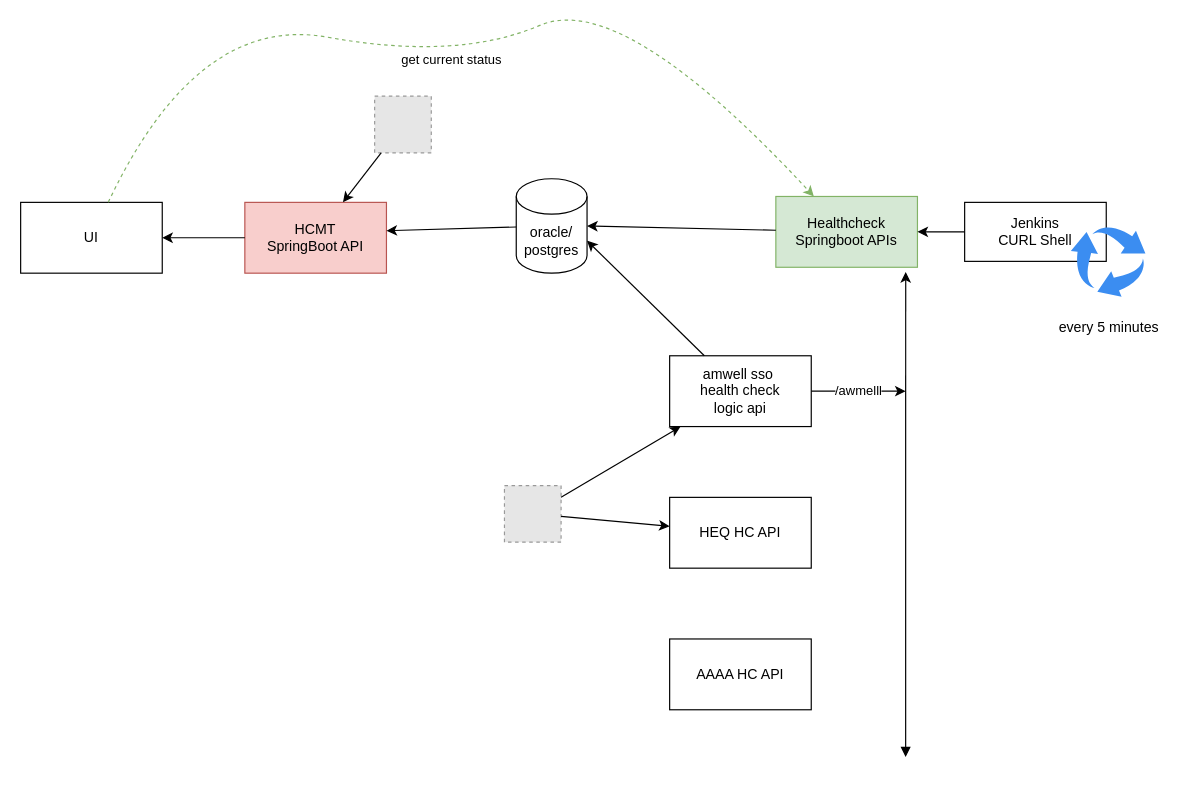
This is HCMT.drawio from sanjaipk/Application-Architecture, a draw.io file, before an edit. Source tidied: cells renumbered, new cells numbered last; positions are measured from the earlier drawing's top-left corner, leaving out a move shared by most shapes. Both pictures are drawn from the tidied source at 118%, with x=0, y=0 at pixel (20, -11). Pictures stored in the file or linked from it are replaced by grey dashed boxes.
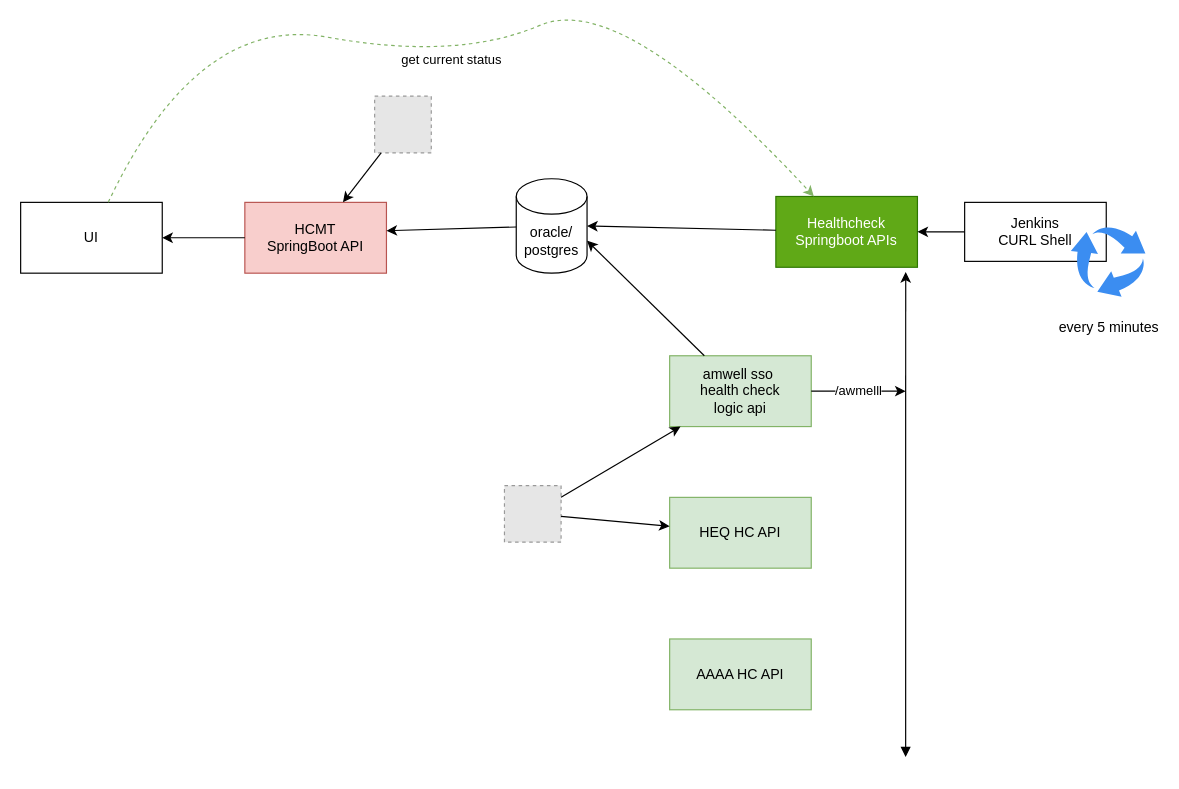
The same diagram, later.

Diff of the diagram source:
```diff
@@
-    <mxCell id="4" value="Healthcheck Springboot APIs" style="rounded=0;whiteSpace=wrap;html=1;fillColor=#d5e8d4;strokeColor=#82b366;" parent="1" vertex="1">
+    <mxCell id="4" value="Healthcheck Springboot APIs" style="rounded=0;whiteSpace=wrap;html=1;fillColor=#60a917;strokeColor=#2D7600;fontColor=#ffffff;" parent="1" vertex="1">
       <mxGeometry x="640" y="175" width="120" height="60" as="geometry" />
     </mxCell>
@@
-    <mxCell id="6" value="amwell sso&amp;nbsp;&lt;br&gt;health check&lt;br&gt;logic api" style="rounded=0;whiteSpace=wrap;html=1;" parent="1" vertex="1">
+    <mxCell id="6" value="amwell sso&amp;nbsp;&lt;br&gt;health check&lt;br&gt;logic api" style="rounded=0;whiteSpace=wrap;html=1;fillColor=#d5e8d4;strokeColor=#82b366;" parent="1" vertex="1">
       <mxGeometry x="550" y="310" width="120" height="60" as="geometry" />
     </mxCell>
-    <mxCell id="7" value="HEQ HC API" style="rounded=0;whiteSpace=wrap;html=1;" parent="1" vertex="1">
+    <mxCell id="7" value="HEQ HC API" style="rounded=0;whiteSpace=wrap;html=1;fillColor=#d5e8d4;strokeColor=#82b366;" parent="1" vertex="1">
       <mxGeometry x="550" y="430" width="120" height="60" as="geometry" />
     </mxCell>
-    <mxCell id="8" value="AAAA HC API" style="rounded=0;whiteSpace=wrap;html=1;" parent="1" vertex="1">
+    <mxCell id="8" value="AAAA HC API" style="rounded=0;whiteSpace=wrap;html=1;fillColor=#d5e8d4;strokeColor=#82b366;" parent="1" vertex="1">
       <mxGeometry x="550" y="550" width="120" height="60" as="geometry" />
     </mxCell>
```
